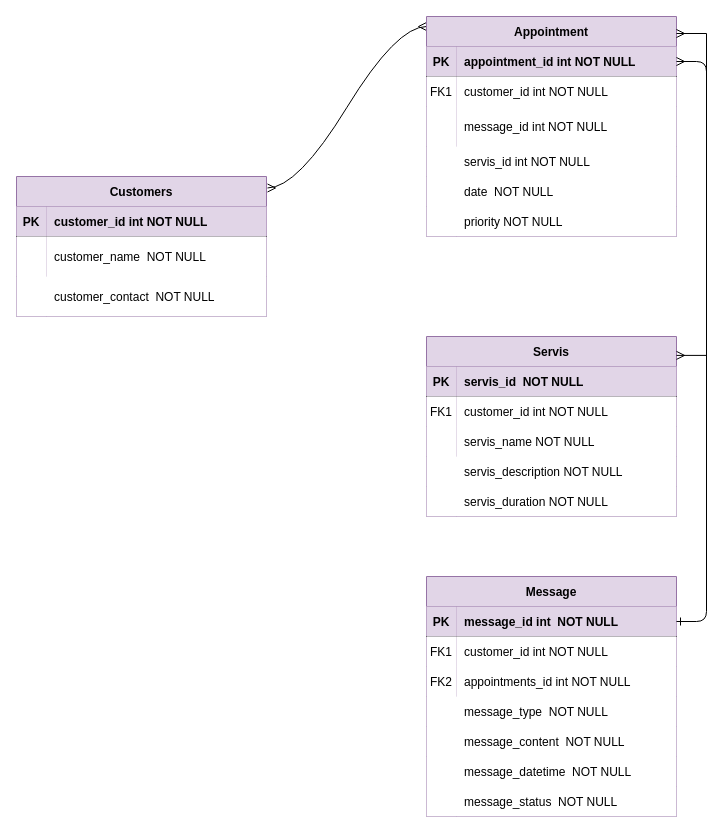
Before: Untitled Diagram.drawio in SamsaAhuerma/Hair-salon-app, a draw.io diagram. Source tidied: cells renumbered, new cells numbered last; positions are measured from the earlier drawing's top-left corner, leaving out a move shared by most shapes. Both pictures are drawn from the tidied source at 100%, with x=0, y=0 at pixel (16, 16).
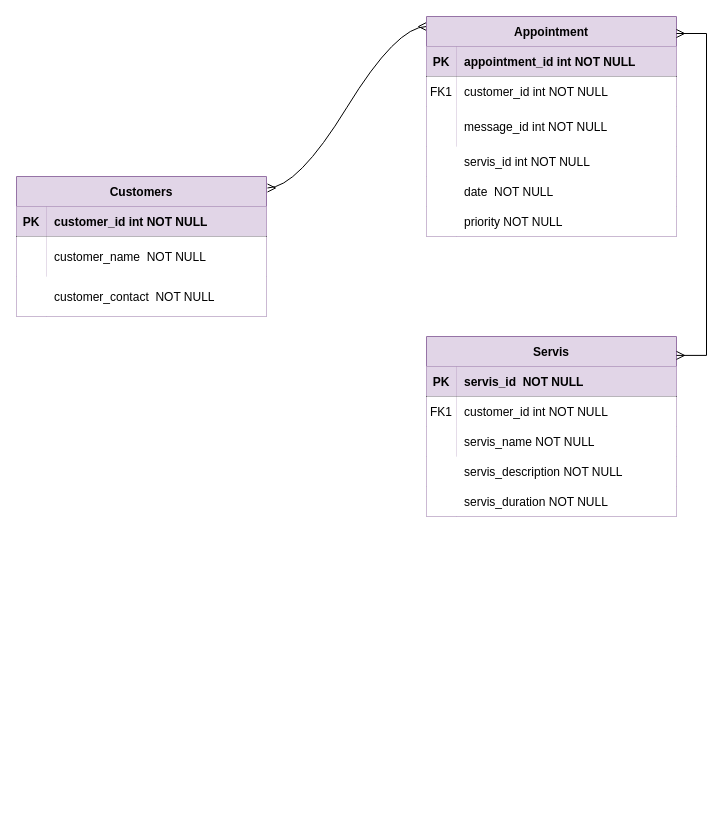
The same diagram, later.

Unchanged cells that the change refers to:
```xml
<mxCell id="4" style="shape=partialRectangle;fillColor=none;points=[[0,0.5],[1,0.5]];portConstraint=eastwest;top=0;left=0;right=0;bottom=1;" parent="3" vertex="1">
  <mxGeometry y="30" width="250" height="30" as="geometry" />
</mxCell>
```

Change to the diagram source:
```diff
@@
-    <mxCell id="43" value="Message" style="shape=table;startSize=30;childLayout=tableLayout;rowLines=0;fontStyle=1;align=center;fillColor=#e1d5e7;strokeColor=#9673a6;" parent="1" vertex="1">
-      <mxGeometry x="410" y="560" width="250" height="240" as="geometry" />
-    </mxCell>
-    <mxCell id="44" style="shape=partialRectangle;fillColor=none;points=[[0,0.5],[1,0.5]];portConstraint=eastwest;top=0;left=0;right=0;bottom=1;" parent="43" vertex="1">
-      <mxGeometry y="30" width="250" height="30" as="geometry" />
-    </mxCell>
-    <mxCell id="45" value="PK" style="shape=partialRectangle;overflow=hidden;fillColor=#e1d5e7;top=0;left=0;bottom=0;right=0;fontStyle=1;strokeColor=#9673a6;" parent="44" vertex="1">
-      <mxGeometry width="30" height="30" as="geometry" />
-    </mxCell>
-    <mxCell id="46" value="message_id int  NOT NULL " style="shape=partialRectangle;overflow=hidden;fillColor=#e1d5e7;top=0;left=0;bottom=0;right=0;align=left;spacingLeft=6;fontStyle=1;strokeColor=#9673a6;" parent="44" vertex="1">
-      <mxGeometry x="30" width="220" height="30" as="geometry" />
-    </mxCell>
-    <mxCell id="47" style="shape=partialRectangle;fillColor=none;top=0;left=0;right=0;bottom=0;" parent="43" vertex="1">
-      <mxGeometry y="60" width="250" height="30" as="geometry" />
-    </mxCell>
-    <mxCell id="48" value="FK1" style="shape=partialRectangle;overflow=hidden;top=0;left=0;bottom=0;right=0;" parent="47" vertex="1">
-      <mxGeometry width="30" height="30" as="geometry" />
-    </mxCell>
-    <mxCell id="49" value="customer_id int NOT NULL" style="shape=partialRectangle;overflow=hidden;top=0;left=0;bottom=0;right=0;align=left;spacingLeft=6;" parent="47" vertex="1">
-      <mxGeometry x="30" width="220" height="30" as="geometry" />
-    </mxCell>
-    <mxCell id="50" style="shape=partialRectangle;fillColor=none;top=0;left=0;right=0;bottom=0;" parent="43" vertex="1">
-      <mxGeometry y="90" width="250" height="30" as="geometry" />
-    </mxCell>
-    <mxCell id="51" value="FK2" style="shape=partialRectangle;overflow=hidden;top=0;left=0;bottom=0;right=0;" parent="50" vertex="1">
-      <mxGeometry width="30" height="30" as="geometry" />
-    </mxCell>
-    <mxCell id="52" value="appointments_id int NOT NULL" style="shape=partialRectangle;overflow=hidden;top=0;left=0;bottom=0;right=0;align=left;spacingLeft=6;" parent="50" vertex="1">
-      <mxGeometry x="30" width="220" height="30" as="geometry" />
-    </mxCell>
-    <mxCell id="53" value="message_type  NOT NULL" style="shape=partialRectangle;overflow=hidden;top=0;left=0;bottom=0;right=0;align=left;spacingLeft=6;" parent="1" vertex="1">
-      <mxGeometry x="440" y="680" width="220" height="30" as="geometry" />
-    </mxCell>
-    <mxCell id="54" style="shape=partialRectangle;overflow=hidden;top=0;left=0;bottom=0;right=0;" parent="1" vertex="1">
-      <mxGeometry x="410" y="680" width="30" height="30" as="geometry" />
-    </mxCell>
-    <mxCell id="55" value="message_content  NOT NULL" style="shape=partialRectangle;overflow=hidden;top=0;left=0;bottom=0;right=0;align=left;spacingLeft=6;" parent="1" vertex="1">
-      <mxGeometry x="440" y="710" width="220" height="30" as="geometry" />
-    </mxCell>
-    <mxCell id="56" style="shape=partialRectangle;overflow=hidden;top=0;left=0;bottom=0;right=0;" parent="1" vertex="1">
-      <mxGeometry x="410" y="710" width="30" height="30" as="geometry" />
-    </mxCell>
-    <mxCell id="57" value="message_datetime  NOT NULL" style="shape=partialRectangle;overflow=hidden;top=0;left=0;bottom=0;right=0;align=left;spacingLeft=6;" parent="1" vertex="1">
-      <mxGeometry x="440" y="740" width="220" height="30" as="geometry" />
-    </mxCell>
-    <mxCell id="58" value="message_status  NOT NULL" style="shape=partialRectangle;overflow=hidden;top=0;left=0;bottom=0;right=0;align=left;spacingLeft=6;" parent="1" vertex="1">
-      <mxGeometry x="440" y="770" width="220" height="30" as="geometry" />
-    </mxCell>
-    <mxCell id="59" style="shape=partialRectangle;overflow=hidden;top=0;left=0;bottom=0;right=0;" parent="1" vertex="1">
-      <mxGeometry x="410" y="740" width="30" height="60" as="geometry" />
-    </mxCell>
-    <mxCell id="60" style="edgeStyle=entityRelationEdgeStyle;endArrow=ERmany;startArrow=ERone;endFill=0;startFill=0;rounded=1;curved=0;exitX=1;exitY=0.5;exitDx=0;exitDy=0;entryX=1;entryY=0.5;entryDx=0;entryDy=0;" parent="1" edge="1" source="44" target="4">
-      <mxGeometry relative="1" as="geometry">
-        <Array as="points">
-          <mxPoint x="770" y="642" />
-          <mxPoint x="820" y="375" />
-          <mxPoint x="760" y="385" />
-          <mxPoint x="850" y="385" />
-          <mxPoint x="810" y="385" />
-          <mxPoint x="710" y="282" />
-          <mxPoint x="780" y="372" />
-          <mxPoint x="719" y="282" />
-          <mxPoint x="850" y="132" />
-        </Array>
-      </mxGeometry>
-    </mxCell>
```
